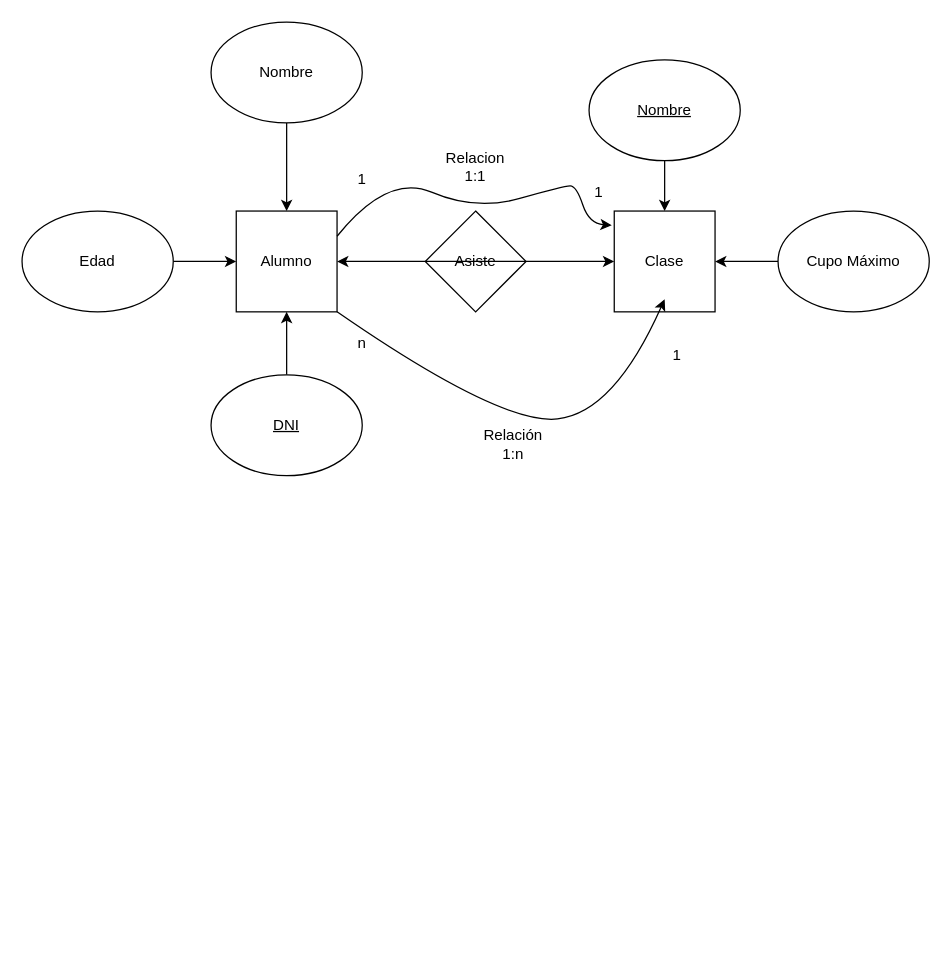
Earlier version of the draw.io diagram diagrama.drawio (pedronieto84/lowcode-nocode). Source tidied: cells renumbered, new cells numbered last; positions are measured from the earlier drawing's top-left corner, leaving out a move shared by most shapes. Both pictures are drawn from the tidied source at 126%, with x=0, y=0 at pixel (21, 21).
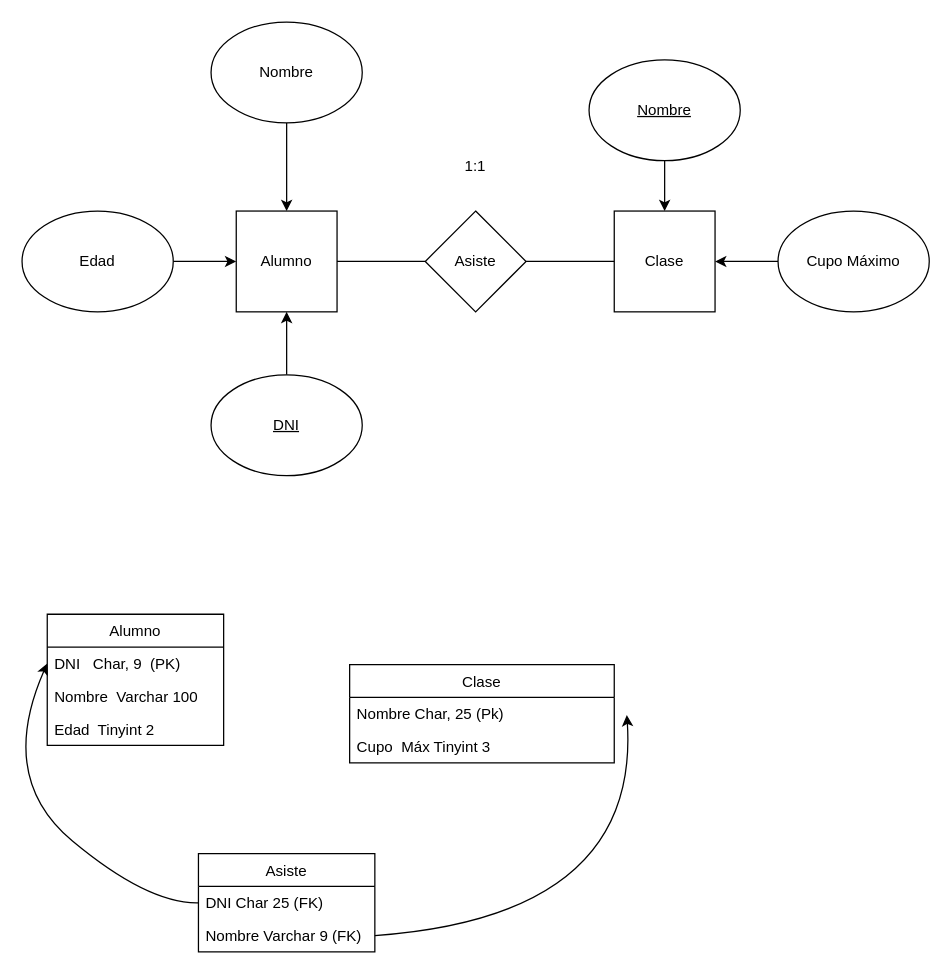
The same diagram, later.

The change refers to these unchanged cells:
```xml
<mxCell id="2" value="Alumno" style="whiteSpace=wrap;html=1;" parent="1" vertex="1">
  <mxGeometry x="170" y="150" width="80" height="80" as="geometry" />
</mxCell>
<mxCell id="7" value="Clase" style="whiteSpace=wrap;html=1;" parent="1" vertex="1">
  <mxGeometry x="470" y="150" width="80" height="80" as="geometry" />
</mxCell>
<mxCell id="14" value="Asiste" style="rhombus;whiteSpace=wrap;html=1;" parent="1" vertex="1">
  <mxGeometry x="320" y="150" width="80" height="80" as="geometry" />
</mxCell>
```

Change to the diagram source:
```diff
@@
-    <mxCell id="15" style="curved=1;endArrow=classic;html=1;entryX=-0.025;entryY=0.142;entryDx=0;entryDy=0;exitX=1;exitY=0.25;exitDx=0;exitDy=0;entryPerimeter=0;" parent="1" edge="1" source="2" target="7">
-      <mxGeometry relative="1" as="geometry">
-        <Array as="points">
-          <mxPoint x="290" y="120" />
-          <mxPoint x="360" y="150" />
-          <mxPoint x="430" y="130" />
-          <mxPoint x="440" y="130" />
-          <mxPoint x="450" y="160" />
-        </Array>
-      </mxGeometry>
-    </mxCell>
-    <mxCell id="16" value="1" style="text;html=1;strokeColor=none;fillColor=none;align=center;verticalAlign=middle;whiteSpace=wrap;rounded=0;" parent="1" vertex="1">
-      <mxGeometry x="240" y="110" width="60" height="30" as="geometry" />
-    </mxCell>
-    <mxCell id="17" value="1" style="text;html=1;strokeColor=none;fillColor=none;align=center;verticalAlign=middle;whiteSpace=wrap;rounded=0;" parent="1" vertex="1">
-      <mxGeometry x="428" y="120" width="60" height="30" as="geometry" />
-    </mxCell>
-    <mxCell id="18" style="curved=1;endArrow=classic;html=1;entryX=0.5;entryY=0.875;entryDx=0;entryDy=0;entryPerimeter=0;exitX=1;exitY=1;exitDx=0;exitDy=0;" parent="1" edge="1" source="2" target="7">
-      <mxGeometry relative="1" as="geometry">
-        <Array as="points">
-          <mxPoint x="380" y="320" />
-          <mxPoint x="470" y="310" />
-        </Array>
-      </mxGeometry>
-    </mxCell>
-    <mxCell id="19" value="1" style="text;html=1;strokeColor=none;fillColor=none;align=center;verticalAlign=middle;whiteSpace=wrap;rounded=0;" parent="1" vertex="1">
-      <mxGeometry x="490" y="250" width="60" height="30" as="geometry" />
-    </mxCell>
-    <mxCell id="20" value="n" style="text;html=1;strokeColor=none;fillColor=none;align=center;verticalAlign=middle;whiteSpace=wrap;rounded=0;" parent="1" vertex="1">
-      <mxGeometry x="240" y="240" width="60" height="30" as="geometry" />
-    </mxCell>
-    <mxCell id="21" style="endArrow=classic;startArrow=classic;html=1;" parent="1" edge="1" source="2">
-      <mxGeometry relative="1" as="geometry">
-        <mxPoint x="470" y="190" as="targetPoint" />
-      </mxGeometry>
-    </mxCell>
-    <mxCell id="22" value="Relacion 1:1" style="text;html=1;strokeColor=none;fillColor=none;align=center;verticalAlign=middle;whiteSpace=wrap;rounded=0;" parent="1" vertex="1">
+    <mxCell id="22" value="1:1" style="text;html=1;strokeColor=none;fillColor=none;align=center;verticalAlign=middle;whiteSpace=wrap;rounded=0;" parent="1" vertex="1">
       <mxGeometry x="330" y="100" width="60" height="30" as="geometry" />
     </mxCell>
-    <mxCell id="23" value="Relación 1:n" style="text;html=1;strokeColor=none;fillColor=none;align=center;verticalAlign=middle;whiteSpace=wrap;rounded=0;" parent="1" vertex="1">
-      <mxGeometry x="360" y="320" width="60" height="30" as="geometry" />
+    <mxCell id="23" style="endArrow=none;html=1;exitX=1;exitY=0.5;exitDx=0;exitDy=0;" parent="1" edge="1" source="2" target="14">
+      <mxGeometry relative="1" as="geometry" />
     </mxCell>
+    <mxCell id="24" style="endArrow=none;html=1;exitX=1;exitY=0.5;exitDx=0;exitDy=0;entryX=0;entryY=0.5;entryDx=0;entryDy=0;" parent="1" edge="1" source="14" target="7">
+      <mxGeometry relative="1" as="geometry" />
+    </mxCell>
+    <mxCell id="25" value="Alumno" style="swimlane;fontStyle=0;horizontal=1;startSize=26;fillColor=none;" parent="1" vertex="1">
+      <mxGeometry x="20" y="470" width="140" height="104" as="geometry" />
+    </mxCell>
+    <mxCell id="26" value="DNI   Char, 9  (PK)" style="text;strokeColor=none;fillColor=none;align=left;verticalAlign=top;spacingLeft=4;spacingRight=4;overflow=hidden;points=[[0,0.5],[1,0.5]];portConstraint=eastwest;" parent="25" vertex="1">
+      <mxGeometry y="26" width="140" height="26" as="geometry" />
+    </mxCell>
+    <mxCell id="27" value="Nombre  Varchar 100" style="text;strokeColor=none;fillColor=none;align=left;verticalAlign=top;spacingLeft=4;spacingRight=4;overflow=hidden;" parent="25" vertex="1">
+      <mxGeometry y="52" width="140" height="26" as="geometry" />
+    </mxCell>
+    <mxCell id="28" value="Edad  Tinyint 2" style="text;strokeColor=none;fillColor=none;align=left;verticalAlign=top;spacingLeft=4;spacingRight=4;overflow=hidden;" parent="25" vertex="1">
+      <mxGeometry y="78" width="140" height="26" as="geometry" />
+    </mxCell>
+    <mxCell id="29" value="Clase" style="swimlane;fontStyle=0;horizontal=1;startSize=26;fillColor=none;" parent="1" vertex="1">
+      <mxGeometry x="260" y="510" width="210" height="78" as="geometry" />
+    </mxCell>
+    <mxCell id="30" value="Nombre Char, 25 (Pk)" style="text;strokeColor=none;fillColor=none;align=left;verticalAlign=top;spacingLeft=4;spacingRight=4;overflow=hidden;" parent="29" vertex="1">
+      <mxGeometry y="26" width="210" height="26" as="geometry" />
+    </mxCell>
+    <mxCell id="31" value="Cupo  Máx Tinyint 3" style="text;strokeColor=none;fillColor=none;align=left;verticalAlign=top;spacingLeft=4;spacingRight=4;overflow=hidden;" parent="29" vertex="1">
+      <mxGeometry y="52" width="210" height="26" as="geometry" />
+    </mxCell>
+    <mxCell id="32" value="Asiste" style="swimlane;fontStyle=0;horizontal=1;startSize=26;fillColor=none;" parent="1" vertex="1">
+      <mxGeometry x="140" y="660" width="140" height="78" as="geometry" />
+    </mxCell>
+    <mxCell id="33" value="DNI Char 25 (FK)" style="text;strokeColor=none;fillColor=none;align=left;verticalAlign=top;spacingLeft=4;spacingRight=4;overflow=hidden;points=[[0,0.5],[1,0.5]];portConstraint=eastwest;" parent="32" vertex="1">
+      <mxGeometry y="26" width="140" height="26" as="geometry" />
+    </mxCell>
+    <mxCell id="34" value="Nombre Varchar 9 (FK)" style="text;strokeColor=none;fillColor=none;align=left;verticalAlign=top;spacingLeft=4;spacingRight=4;overflow=hidden;points=[[0,0.5],[1,0.5]];portConstraint=eastwest;" parent="32" vertex="1">
+      <mxGeometry y="52" width="140" height="26" as="geometry" />
+    </mxCell>
+    <mxCell id="35" style="curved=1;endArrow=classic;html=1;exitX=1;exitY=0.5;exitDx=0;exitDy=0;" parent="1" edge="1" source="34">
+      <mxGeometry relative="1" as="geometry">
+        <mxPoint x="480" y="550" as="targetPoint" />
+        <Array as="points">
+          <mxPoint x="490" y="710" />
+        </Array>
+      </mxGeometry>
+    </mxCell>
+    <mxCell id="36" style="curved=1;endArrow=classic;html=1;exitX=0;exitY=0.5;exitDx=0;exitDy=0;entryX=0;entryY=0.5;entryDx=0;entryDy=0;" parent="1" edge="1" source="33" target="26">
+      <mxGeometry relative="1" as="geometry">
+        <Array as="points">
+          <mxPoint x="100" y="700" />
+          <mxPoint x="-20" y="600" />
+        </Array>
+      </mxGeometry>
+    </mxCell>
```
